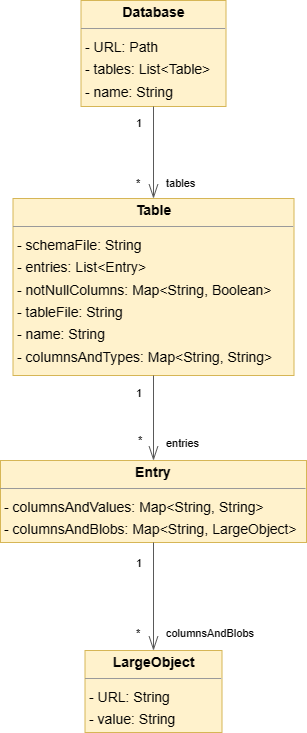
Above: JFSQL-documentation/Images/JFSQL-driver DTOs.png in Zsolti0819/JFSQL (draw.io), before the change. Source tidied: cells renumbered, new cells last; positions are measured from the earlier drawing's top-left corner, leaving out a move shared by most shapes.
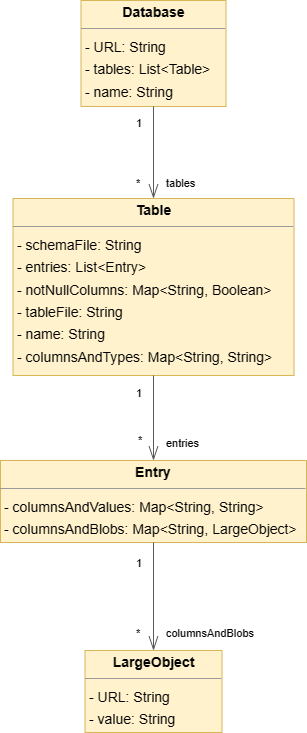
The same file after the commit.

Diff of the diagram source:
```diff
@@ -2,7 +2,7 @@
   <root>
     <mxCell id="0" />
     <mxCell id="1" parent="0" />
-    <mxCell id="2" value="&lt;p style=&quot;margin:0px;margin-top:4px;text-align:center;&quot;&gt;&lt;b&gt;Database&lt;/b&gt;&lt;/p&gt;&lt;hr size=&quot;1&quot;/&gt;&lt;p style=&quot;margin:0 0 0 4px;line-height:1.6;&quot;&gt;- URL: Path&lt;br/&gt;- tables: List&amp;lt;Table&amp;gt;&lt;br/&gt;- name: String&lt;/p&gt;" style="verticalAlign=top;align=left;overflow=fill;fontSize=14;fontFamily=Helvetica;html=1;rounded=0;shadow=0;comic=0;labelBackgroundColor=none;strokeWidth=1;fillColor=#fff2cc;strokeColor=#d6b656;" parent="1" vertex="1">
+    <mxCell id="2" value="&lt;p style=&quot;margin:0px;margin-top:4px;text-align:center;&quot;&gt;&lt;b&gt;Database&lt;/b&gt;&lt;/p&gt;&lt;hr size=&quot;1&quot;&gt;&lt;p style=&quot;margin:0 0 0 4px;line-height:1.6;&quot;&gt;- URL: String&lt;br&gt;- tables: List&amp;lt;Table&amp;gt;&lt;br&gt;- name: String&lt;/p&gt;" style="verticalAlign=top;align=left;overflow=fill;fontSize=14;fontFamily=Helvetica;html=1;rounded=0;shadow=0;comic=0;labelBackgroundColor=none;strokeWidth=1;fillColor=#fff2cc;strokeColor=#d6b656;" parent="1" vertex="1">
       <mxGeometry x="80.5" width="145" height="106" as="geometry" />
     </mxCell>
     <mxCell id="3" value="&lt;p style=&quot;margin:0px;margin-top:4px;text-align:center;&quot;&gt;&lt;b&gt;Entry&lt;/b&gt;&lt;/p&gt;&lt;hr size=&quot;1&quot;/&gt;&lt;p style=&quot;margin:0 0 0 4px;line-height:1.6;&quot;&gt;- columnsAndValues: Map&amp;lt;String, String&amp;gt;&lt;br/&gt;- columnsAndBlobs: Map&amp;lt;String, LargeObject&amp;gt;&lt;/p&gt;" style="verticalAlign=top;align=left;overflow=fill;fontSize=14;fontFamily=Helvetica;html=1;rounded=0;shadow=0;comic=0;labelBackgroundColor=none;strokeWidth=1;fillColor=#fff2cc;strokeColor=#d6b656;" parent="1" vertex="1">
```
